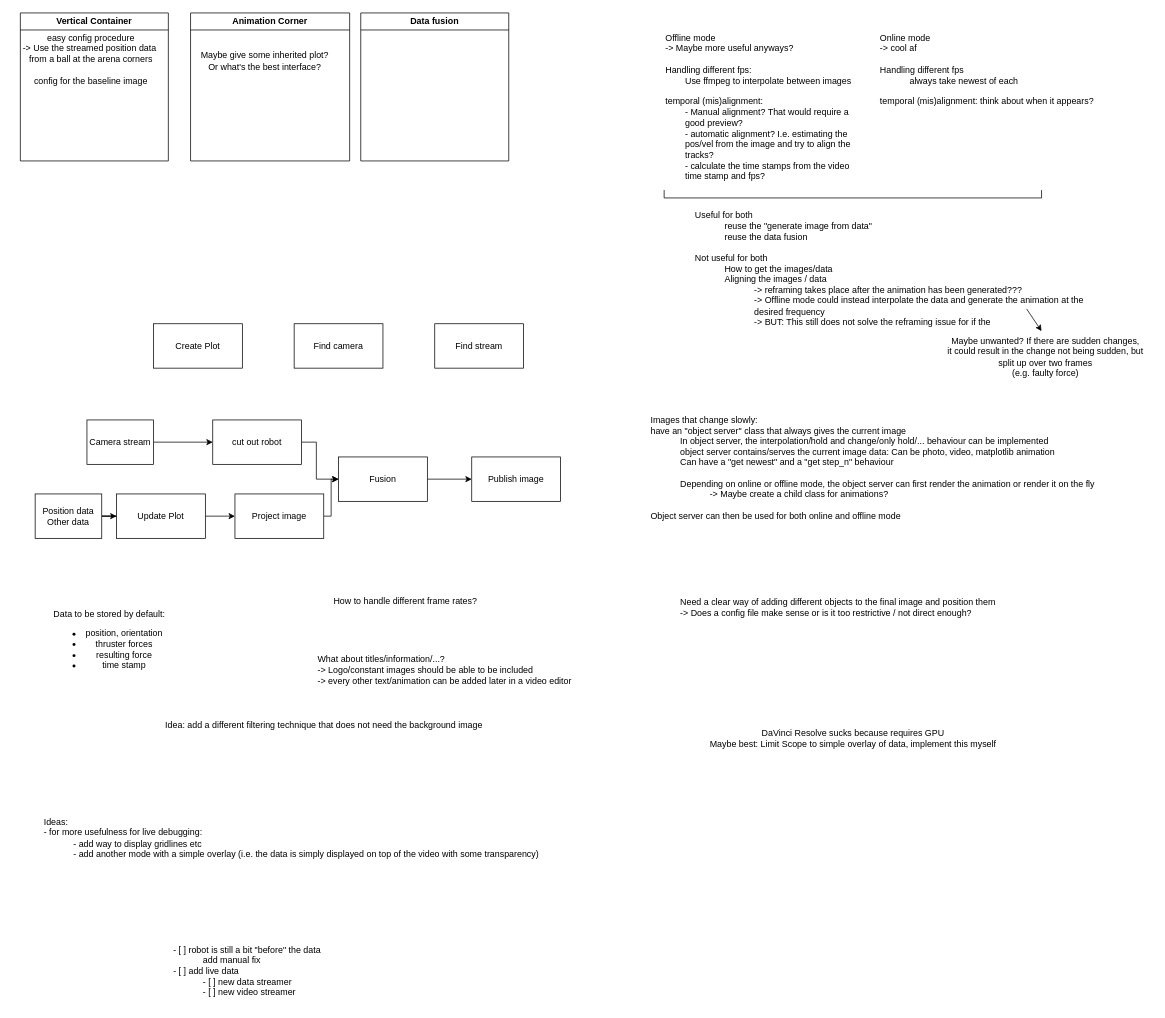
Before: notes/plan.drawio in raphael-jms/SRL-data-fusion, a draw.io diagram. Source tidied: cells renumbered, new cells numbered last; positions are measured from the earlier drawing's top-left corner, leaving out a move shared by most shapes. Both pictures are drawn from the tidied source at 74%, with x=0, y=0 at pixel (13, 13).
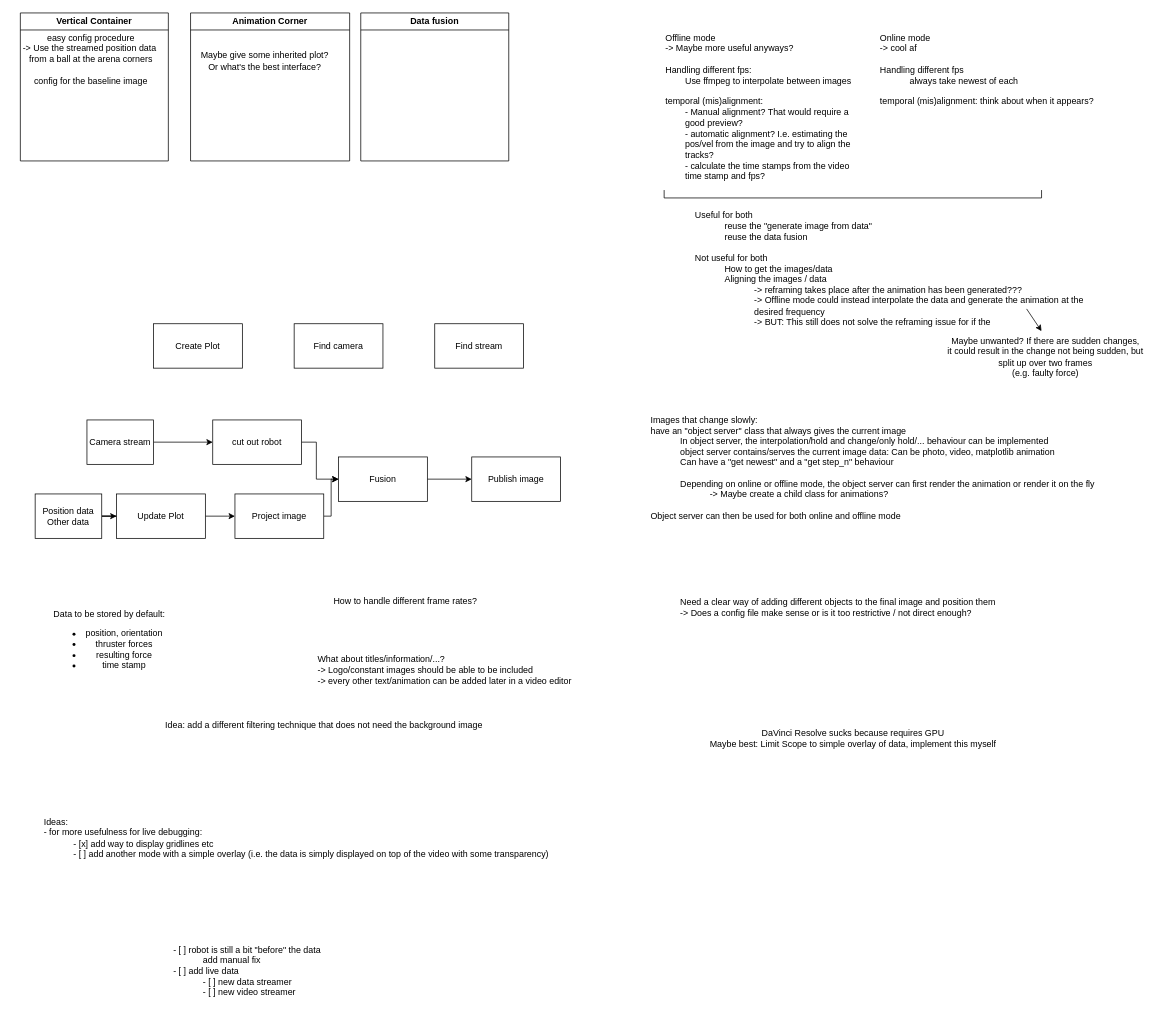
Above is the later version.

What changed in the source:
```diff
@@
-    <mxCell id="34" value="Ideas:&lt;div&gt;- for more usefulness for live debugging:&lt;/div&gt;&lt;blockquote style=&quot;margin: 0 0 0 40px; border: none; padding: 0px;&quot;&gt;- add way to display gridlines etc&lt;/blockquote&gt;&lt;blockquote style=&quot;margin: 0 0 0 40px; border: none; padding: 0px;&quot;&gt;- add another mode with a simple overlay (i.e. the data is simply displayed on top of the video with some transparency)&lt;/blockquote&gt;" style="text;html=1;align=left;verticalAlign=top;strokeColor=none;fillColor=none;" parent="1" vertex="1">
-      <mxGeometry x="40" y="1080" width="690" height="70" as="geometry" />
+    <mxCell id="34" value="Ideas:&lt;div&gt;- for more usefulness for live debugging:&lt;/div&gt;&lt;blockquote style=&quot;margin: 0 0 0 40px; border: none; padding: 0px;&quot;&gt;- [x] add way to display gridlines etc&lt;/blockquote&gt;&lt;blockquote style=&quot;margin: 0 0 0 40px; border: none; padding: 0px;&quot;&gt;- [ ] add another mode with a simple overlay (i.e. the data is simply displayed on top of the video with some transparency)&lt;/blockquote&gt;" style="text;html=1;align=left;verticalAlign=top;strokeColor=none;fillColor=none;" parent="1" vertex="1">
+      <mxGeometry x="40" y="1080" width="710" height="70" as="geometry" />
     </mxCell>
```
